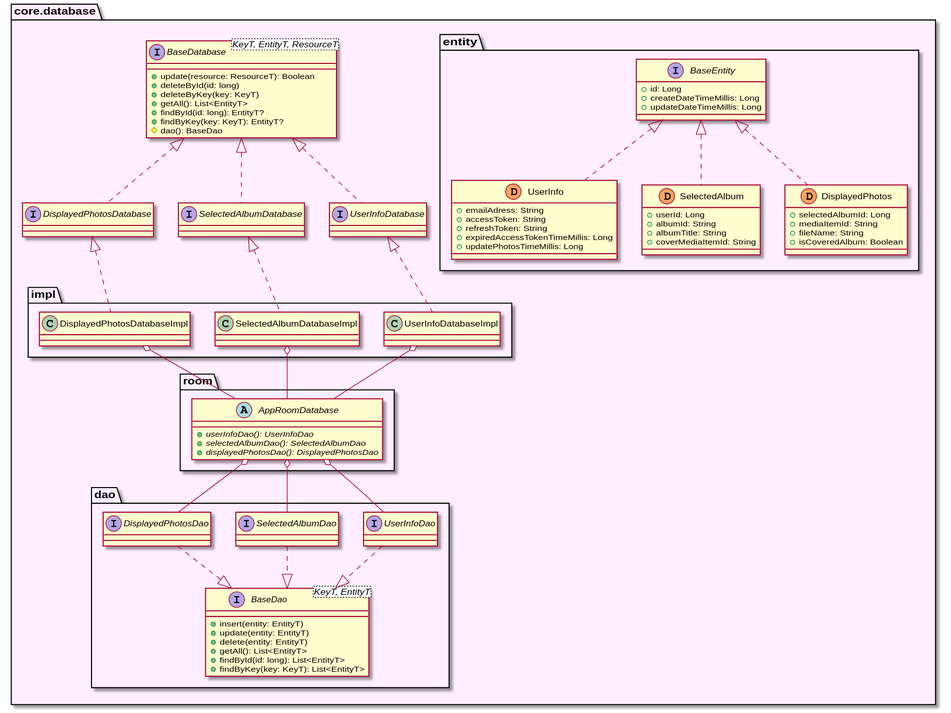
The PlantUML diagram uml/database/class_diagram_database.svg in sallyluenoa/PhotoSlideShow, before a commit.
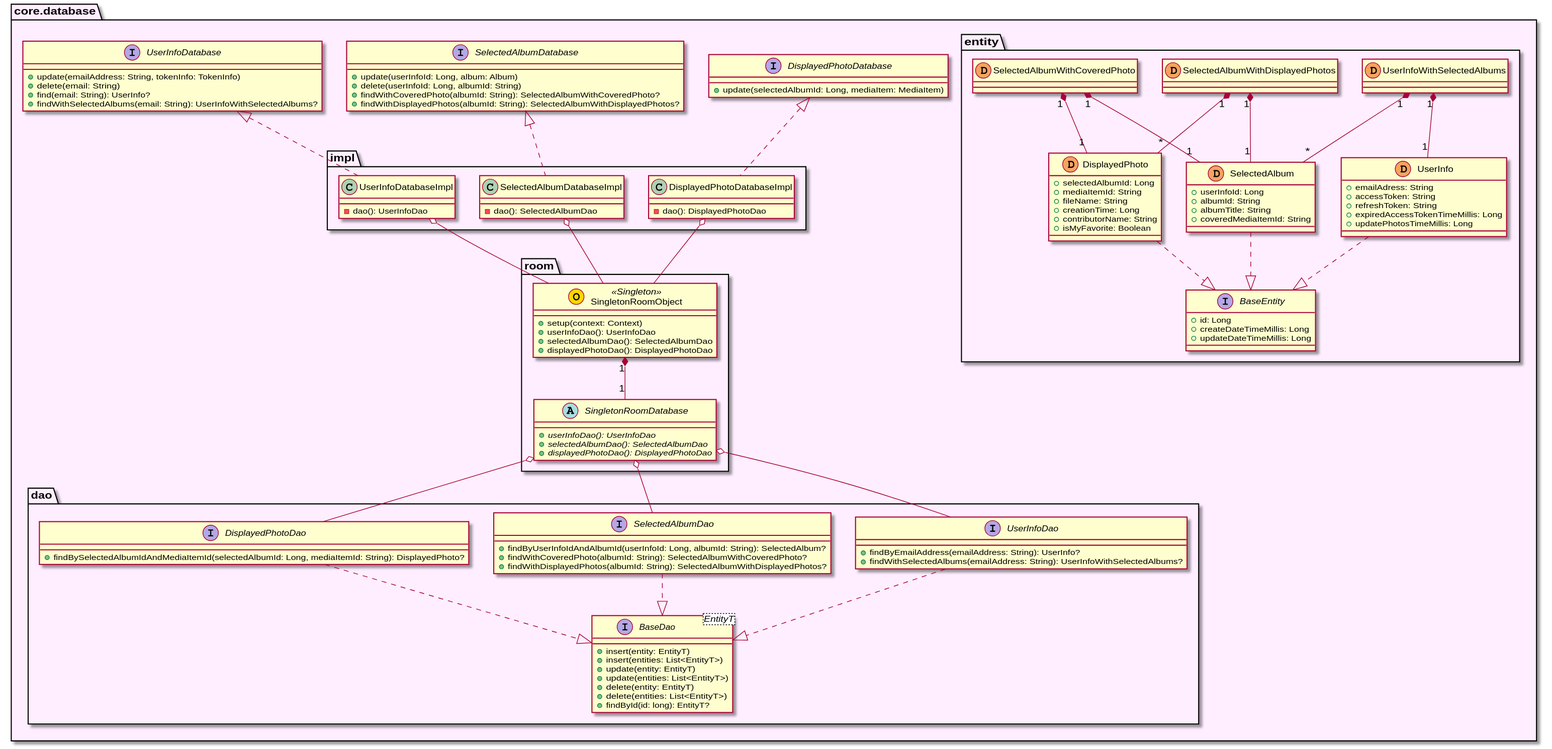
Later version of the same file.

Commit message:
Write UML for design #13

* Update class_diagram_database.

What changed in the source:
```diff
@@ -7,91 +7,125 @@
       + createDateTimeMillis: Long
       + updateDateTimeMillis: Long
     }
-    class UserInfo <<(D, sandybrown)>> {
+    class UserInfo << (D, sandybrown) >> {
       + emailAdress: String
       + accessToken: String
       + refreshToken: String
       + expiredAccessTokenTimeMillis: Long
       + updatePhotosTimeMillis: Long
     }
-    class SelectedAlbum <<(D, sandybrown)>> {
-      + userId: Long
+    class SelectedAlbum << (D, sandybrown) >> {
+      + userInfoId: Long
       + albumId: String
       + albumTitle: String
-      + coverMediaItemId: String
+      + coveredMediaItemId: String
     }
-    class DisplayedPhotos <<(D, sandybrown)>> {
+    class DisplayedPhoto << (D, sandybrown) >> {
       + selectedAlbumId: Long
       + mediaItemId: String
       + fileName: String
-      + isCoveredAlbum: Boolean
+      + creationTime: Long
+      + contributorName: String
+      + isMyFavorite: Boolean
     }
+    class UserInfoWithSelectedAlbums << (D, sandybrown) >>
+    class SelectedAlbumWithDisplayedPhotos << (D, sandybrown) >>
+    class SelectedAlbumWithCoveredPhoto << (D, sandybrown) >>
 
-    UserInfo .up.|> BaseEntity
-    SelectedAlbum  .up.|> BaseEntity
-    DisplayedPhotos .up.|> BaseEntity
+    UserInfo .down.|> BaseEntity
+    SelectedAlbum .down.|> BaseEntity
+    DisplayedPhoto .down.|> BaseEntity
+
+    UserInfoWithSelectedAlbums "1" *-down- "1" UserInfo
+    UserInfoWithSelectedAlbums "1" *-down- "*" SelectedAlbum
+    SelectedAlbumWithDisplayedPhotos "1" *-down- "1" SelectedAlbum
+    SelectedAlbumWithDisplayedPhotos "1" *-down- "*" DisplayedPhoto
+    SelectedAlbumWithCoveredPhoto "1" *-down- "1" SelectedAlbum
+    SelectedAlbumWithCoveredPhoto "1" *-down- "1" DisplayedPhoto
   }
 
   namespace room {
-    abstract class AppRoomDatabase {
+    class SingletonRoomObject << (O, gold) Singleton >> {
+      + setup(context: Context)
+      + userInfoDao(): UserInfoDao
+      + selectedAlbumDao(): SelectedAlbumDao
+      + displayedPhotoDao(): DisplayedPhotoDao
+    }
+    abstract class SingletonRoomDatabase {
       + {abstract} userInfoDao(): UserInfoDao
       + {abstract} selectedAlbumDao(): SelectedAlbumDao
-      + {abstract} displayedPhotosDao(): DisplayedPhotosDao
+      + {abstract} displayedPhotoDao(): DisplayedPhotoDao
+    }
+
+    SingletonRoomObject "1" *-down- "1" SingletonRoomDatabase
+  }
+
+  namespace dao {
+    interface BaseDao<EntityT> {
+      + insert(entity: EntityT)
+      + insert(entities: List<EntityT>)
+      + update(entity: EntityT)
+      + update(entities: List<EntityT>)
+      + delete(entity: EntityT)
+      + delete(entities: List<EntityT>)
+      + findById(id: long): EntityT?
+    }
+    interface UserInfoDao {
+      + findByEmailAddress(emailAddress: String): UserInfo?
+      + findWithSelectedAlbums(emailAddress: String): UserInfoWithSelectedAlbums?
+    }
+    interface SelectedAlbumDao {
+      + findByUserInfoIdAndAlbumId(userInfoId: Long, albumId: String): SelectedAlbum?
+      + findWithCoveredPhoto(albumId: String): SelectedAlbumWithCoveredPhoto?
+      + findWithDisplayedPhotos(albumId: String): SelectedAlbumWithDisplayedPhotos?
+    }
+    interface DisplayedPhotoDao {
+      + findBySelectedAlbumIdAndMediaItemId(selectedAlbumId: Long, mediaItemId: String): DisplayedPhoto?
+    }
+
+    UserInfoDao ..|> BaseDao
+    SelectedAlbumDao ..|> BaseDao
+    DisplayedPhotoDao ..|> BaseDao
+  }
+
+  namespace impl {
+    class UserInfoDatabaseImpl {
+      - dao(): UserInfoDao
+    }
+    class SelectedAlbumDatabaseImpl {
+      - dao(): SelectedAlbumDao
+    }
+    class DisplayedPhotoDatabaseImpl {
+      - dao(): DisplayedPhotoDao
     }
   }
 
-  namespace dao {
-    interface BaseDao<KeyT, EntityT> {
-      + insert(entity: EntityT)
-      + update(entity: EntityT)
-      + delete(entity: EntityT)
-      + getAll(): List<EntityT>
-      + findById(id: long): List<EntityT>
-      + findByKey(key: KeyT): List<EntityT>
-    }
-    interface UserInfoDao
-    interface SelectedAlbumDao
-    interface DisplayedPhotosDao
-
-    UserInfoDao ..|> BaseDao
-    SelectedAlbumDao ..|> BaseDao
-    DisplayedPhotosDao ..|> BaseDao
+  interface UserInfoDatabase {
+    + update(emailAddress: String, tokenInfo: TokenInfo)
+    + delete(email: String)
+    + find(email: String): UserInfo?
+    + findWithSelectedAlbums(email: String): UserInfoWithSelectedAlbums?
   }
-
-  namespace impl {
-    class UserInfoDatabaseImpl
-    class SelectedAlbumDatabaseImpl
-    class DisplayedPhotosDatabaseImpl
+  interface SelectedAlbumDatabase {
+    + update(userInfoId: Long, album: Album)
+    + delete(userInfoId: Long, albumId: String)
+    + findWithCoveredPhoto(albumId: String): SelectedAlbumWithCoveredPhoto?
+    + findWithDisplayedPhotos(albumId: String): SelectedAlbumWithDisplayedPhotos?
   }
-
-  interface BaseDatabase<KeyT, EntityT, ResourceT> {
-    + update(resource: ResourceT): Boolean
-    + deleteById(id: long)
-    + deleteByKey(key: KeyT)
-    + getAll(): List<EntityT>
-    + findById(id: long): EntityT?
-    + findByKey(key: KeyT): EntityT?
-    # dao(): BaseDao
+  interface DisplayedPhotoDatabase {
+    + update(selectedAlbumId: Long, mediaItem: MediaItem)
   }
-  interface UserInfoDatabase
-  interface SelectedAlbumDatabase
-  interface DisplayedPhotosDatabase
-
-  UserInfoDatabase .up.|> BaseDatabase
-  SelectedAlbumDatabase .up.|> BaseDatabase
-  DisplayedPhotosDatabase .up.|> BaseDatabase
-
 }
 
 core.database.impl.UserInfoDatabaseImpl .up.|> core.database.UserInfoDatabase
 core.database.impl.SelectedAlbumDatabaseImpl .up.|> core.database.SelectedAlbumDatabase
-core.database.impl.DisplayedPhotosDatabaseImpl .up.|> core.database.DisplayedPhotosDatabase
+core.database.impl.DisplayedPhotoDatabaseImpl .up.|> core.database.DisplayedPhotoDatabase
 
-core.database.impl.UserInfoDatabaseImpl o-down- core.database.room.AppRoomDatabase
-core.database.impl.SelectedAlbumDatabaseImpl o-down- core.database.room.AppRoomDatabase
-core.database.impl.DisplayedPhotosDatabaseImpl o-down- core.database.room.AppRoomDatabase
+core.database.impl.UserInfoDatabaseImpl o-down- core.database.room.SingletonRoomObject
+core.database.impl.SelectedAlbumDatabaseImpl o-down- core.database.room.SingletonRoomObject
+core.database.impl.DisplayedPhotoDatabaseImpl o-down- core.database.room.SingletonRoomObject
 
-core.database.room.AppRoomDatabase o-down- core.database.dao.UserInfoDao
-core.database.room.AppRoomDatabase o-down- core.database.dao.SelectedAlbumDao
-core.database.room.AppRoomDatabase o-down- core.database.dao.DisplayedPhotosDao
+core.database.room.SingletonRoomDatabase o-down- core.database.dao.UserInfoDao
+core.database.room.SingletonRoomDatabase o-down- core.database.dao.SelectedAlbumDao
+core.database.room.SingletonRoomDatabase o-down- core.database.dao.DisplayedPhotoDao
 @enduml
```
